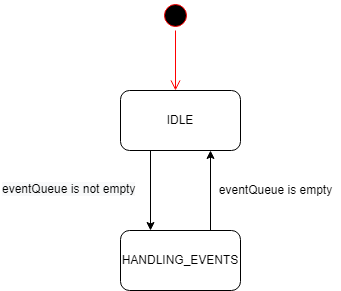
This is Iteration_2_State_Diagram_Scheduler.png from aelsammak/ElevatorSystem, a draw.io export, as it was before one commit. Source tidied: cells renumbered, new cells last; positions are measured from the earlier drawing's top-left corner, leaving out a move shared by most shapes.
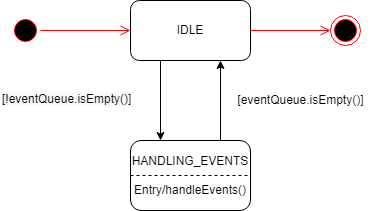
After the commit.

Diff of the diagram source:
```diff
@@ -5,15 +5,15 @@
     <mxCell id="2" value="IDLE" style="rounded=1;whiteSpace=wrap;html=1;" parent="1" vertex="1">
       <mxGeometry x="120" y="90" width="120" height="60" as="geometry" />
     </mxCell>
-    <mxCell id="3" value="HANDLING_EVENTS" style="rounded=1;whiteSpace=wrap;html=1;" parent="1" vertex="1">
-      <mxGeometry x="120" y="230" width="120" height="60" as="geometry" />
+    <mxCell id="3" value="HANDLING_EVENTS&lt;br&gt;&lt;br&gt;Entry/handleEvents()" style="rounded=1;whiteSpace=wrap;html=1;" parent="1" vertex="1">
+      <mxGeometry x="120" y="230" width="120" height="70" as="geometry" />
     </mxCell>
     <mxCell id="4" style="ellipse;html=1;shape=startState;fillColor=#000000;strokeColor=#ff0000;" parent="1" vertex="1">
-      <mxGeometry x="160" width="30" height="30" as="geometry" />
+      <mxGeometry y="105" width="30" height="30" as="geometry" />
     </mxCell>
     <mxCell id="5" style="edgeStyle=orthogonalEdgeStyle;html=1;verticalAlign=bottom;endArrow=open;endSize=8;strokeColor=#ff0000;rounded=0;" parent="1" edge="1" source="4">
       <mxGeometry relative="1" as="geometry">
-        <mxPoint x="175" y="90" as="targetPoint" />
+        <mxPoint x="120" y="120" as="targetPoint" />
       </mxGeometry>
     </mxCell>
     <mxCell id="6" style="endArrow=classic;html=1;rounded=0;entryX=0.25;entryY=0;entryDx=0;entryDy=0;exitX=0.25;exitY=1;exitDx=0;exitDy=0;" parent="1" edge="1" source="2" target="3">
@@ -22,11 +22,20 @@
     <mxCell id="7" style="endArrow=classic;html=1;rounded=0;entryX=0.75;entryY=1;entryDx=0;entryDy=0;exitX=0.75;exitY=0;exitDx=0;exitDy=0;" parent="1" edge="1" source="3" target="2">
       <mxGeometry relative="1" as="geometry" />
     </mxCell>
-    <mxCell id="8" value="eventQueue is empty" style="text;html=1;align=center;verticalAlign=middle;strokeColor=none;fillColor=none;" parent="1" vertex="1">
-      <mxGeometry x="210" y="180" width="130" height="20" as="geometry" />
+    <mxCell id="8" value="&lt;span style=&quot;font-family: &amp;#34;helvetica&amp;#34;&quot;&gt;[eventQueue.isEmpty()]&lt;/span&gt;" style="text;html=1;align=center;verticalAlign=middle;strokeColor=none;fillColor=none;" parent="1" vertex="1">
+      <mxGeometry x="220" y="180" width="140" height="20" as="geometry" />
     </mxCell>
-    <mxCell id="9" value="&lt;span style=&quot;color: rgb(0 , 0 , 0) ; font-family: &amp;#34;helvetica&amp;#34; ; font-size: 12px ; font-style: normal ; font-weight: 400 ; letter-spacing: normal ; text-align: center ; text-indent: 0px ; text-transform: none ; word-spacing: 0px ; background-color: rgb(248 , 249 , 250) ; display: inline ; float: none&quot;&gt;eventQueue is not empty&lt;br&gt;&lt;br&gt;&lt;/span&gt;" style="text;whiteSpace=wrap;html=1;" parent="1" vertex="1">
-      <mxGeometry y="175" width="140" height="30" as="geometry" />
+    <mxCell id="9" value="&lt;span style=&quot;color: rgb(0 , 0 , 0) ; font-family: &amp;#34;helvetica&amp;#34; ; font-size: 12px ; font-style: normal ; font-weight: 400 ; letter-spacing: normal ; text-align: center ; text-indent: 0px ; text-transform: none ; word-spacing: 0px ; background-color: rgb(248 , 249 , 250) ; display: inline ; float: none&quot;&gt;[!eventQueue.isEmpty()]&lt;br&gt;&lt;br&gt;&lt;/span&gt;" style="text;whiteSpace=wrap;html=1;" parent="1" vertex="1">
+      <mxGeometry x="-10" y="175" width="140" height="30" as="geometry" />
     </mxCell>
+    <mxCell id="10" style="ellipse;html=1;shape=endState;fillColor=#000000;strokeColor=#ff0000;" parent="1" vertex="1">
+      <mxGeometry x="320" y="105" width="30" height="30" as="geometry" />
+    </mxCell>
+    <mxCell id="11" style="edgeStyle=orthogonalEdgeStyle;html=1;verticalAlign=bottom;endArrow=open;endSize=8;strokeColor=#ff0000;rounded=0;exitX=1;exitY=0.5;exitDx=0;exitDy=0;entryX=0;entryY=0.5;entryDx=0;entryDy=0;" parent="1" edge="1" source="2" target="10">
+      <mxGeometry relative="1" as="geometry" />
+    </mxCell>
+    <mxCell id="12" style="endArrow=none;dashed=1;html=1;rounded=0;entryX=1;entryY=0.5;entryDx=0;entryDy=0;exitX=0;exitY=0.5;exitDx=0;exitDy=0;" parent="1" edge="1" source="3" target="3">
+      <mxGeometry relative="1" as="geometry" />
+    </mxCell>
   </root>
 </mxGraphModel>
```
